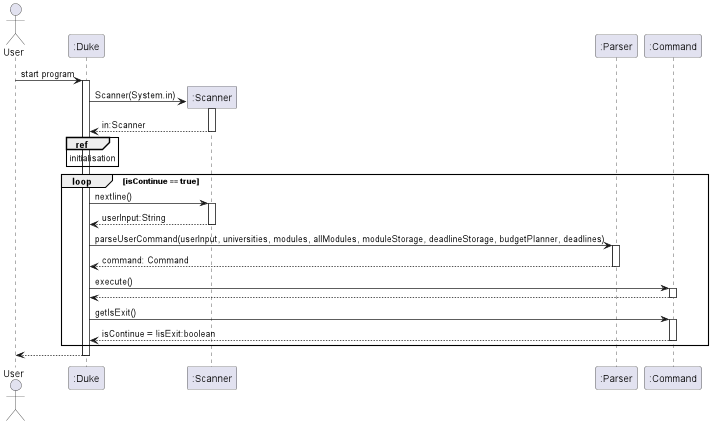
Earlier version of the PlantUML export docs/diagrams/DukeHighLevel.png (nus-cs2113-AY2223S2/tp).
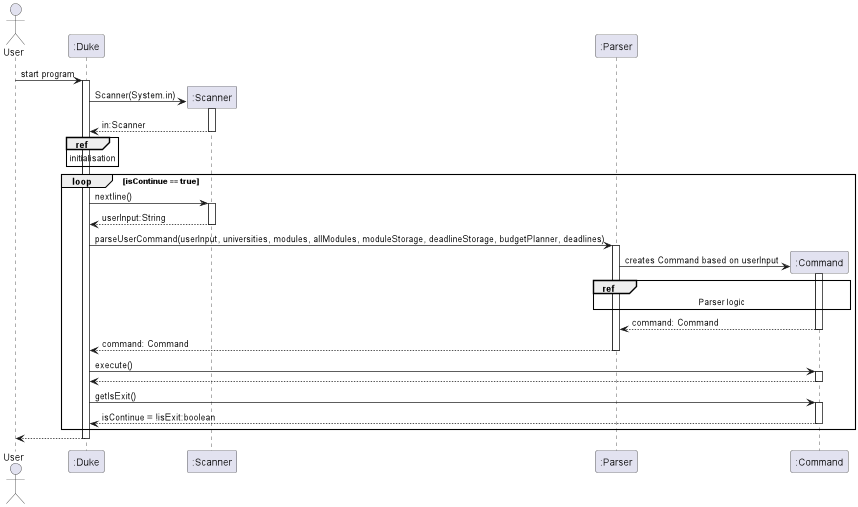
Above is the later version.

Commit message:
Update Duke High Level diagram and change storageaddmodule to use alt blocks

Change to the diagram source:
```diff
@@ -17,6 +17,14 @@
 deactivate ":Scanner"
 ":Duke" -> ":Parser" : parseUserCommand(userInput, universities, modules, allModules, moduleStorage, deadlineStorage, budgetPlanner, deadlines)
 activate ":Parser"
+create ":Command"
+":Parser" -> ":Command" : creates Command based on userInput
+activate ":Command"
+ref over ":Parser", ":Command"
+Parser logic
+end
+":Parser" <-- ":Command" : command: Command
+deactivate ":Command"
 ":Duke" <-- ":Parser" : command: Command
 deactivate ":Parser"
 ":Duke" -> ":Command" : execute()
```
